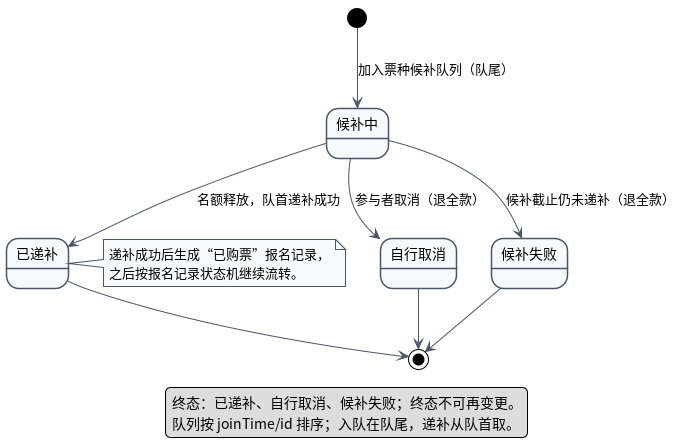
Before: lab2/UML/UML状态图_候补记录.png, a diagram exported from PlantUML (Lewis-44-China/se-lab1-requirements).
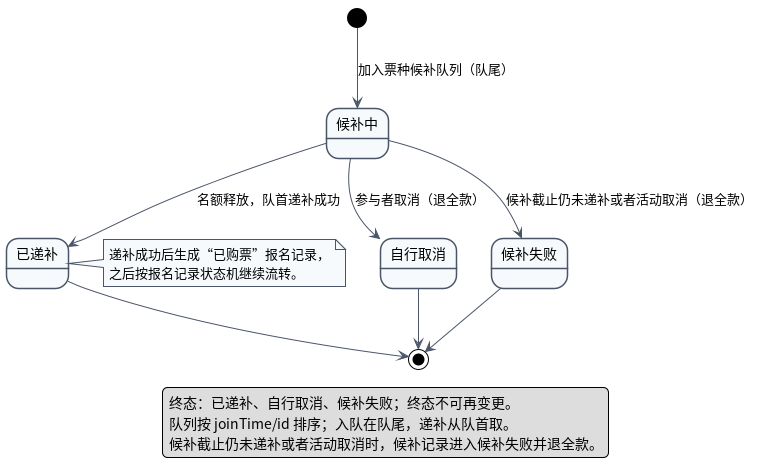
Above is the later version.

The edit, as a diff of the source:
```diff
@@ -15,7 +15,7 @@
 [*] --> WAITING : 加入票种候补队列（队尾）
 WAITING --> PROMOTED : 名额释放，队首递补成功
 WAITING --> SELF_CANCELLED : 参与者取消（退全款）
-WAITING --> FAILED : 候补截止仍未递补（退全款）
+WAITING --> FAILED : 候补截止仍未递补或者活动取消（退全款）
 
 PROMOTED --> [*]
 SELF_CANCELLED --> [*]
@@ -29,5 +29,6 @@
 legend bottom
   终态：已递补、自行取消、候补失败；终态不可再变更。
   队列按 joinTime/id 排序；入队在队尾，递补从队首取。
+  候补截止仍未递补或者活动取消时，候补记录进入候补失败并退全款。
 endlegend
 @enduml
```
